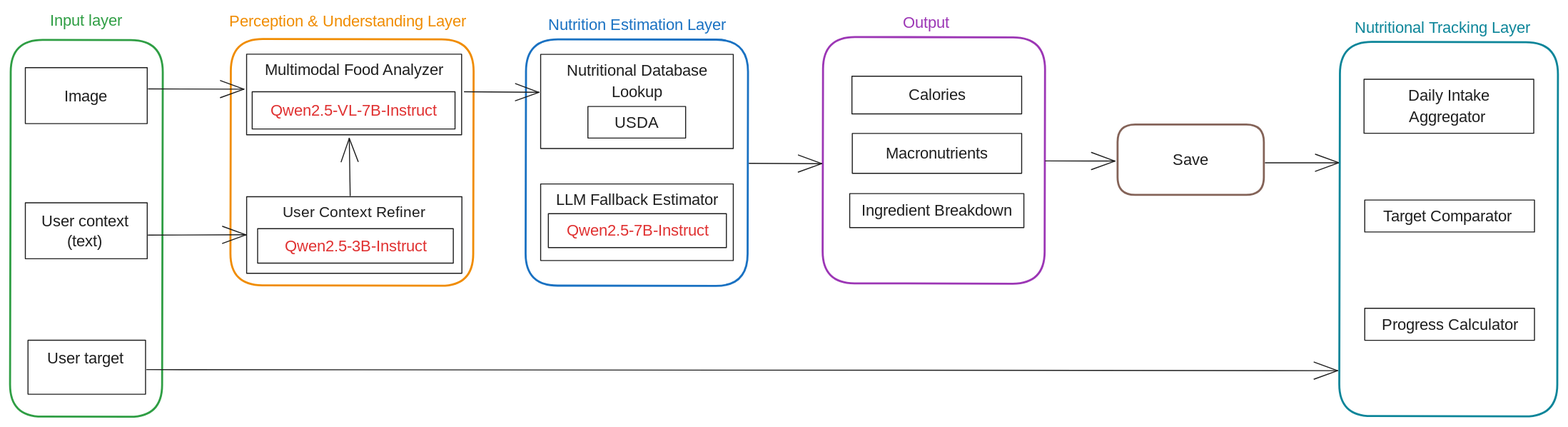
Before: pipeline_arquitectura.excalidraw.svg, a diagram exported from Excalidraw (hepejaAED/CalorIA). Source tidied: one line per element, renumbered; positions are measured from the earlier drawing's top-left corner, leaving out a move shared by most shapes. Its diagram source:
```json
{"id": 0, "type": "rectangle", "strokeColor": "#f08c00", "angle": 0.0, "strokeWidth": 2, "roughness": 0, "round": true, "x": 220, "y": 29, "width": 243, "height": 246}
{"id": 1, "type": "rectangle", "strokeColor": "#2f9e44", "angle": 0.0, "strokeWidth": 2, "roughness": 0, "round": true, "x": 0, "y": 30, "width": 152, "height": 377}
{"id": 2, "type": "text", "text": "Input layer", "strokeColor": "#2f9e44", "strokeWidth": 2, "roughness": 0, "fontSize": 16, "fontFamily": 6, "textAlign": "center", "x": 37, "y": 0, "width": 77, "height": 20}
{"id": 3, "type": "rectangle", "strokeColor": "#1e1e1e", "strokeWidth": 1, "roughness": 0, "x": 15, "y": 58, "width": 122, "height": 56}
{"id": 4, "type": "text", "text": "Image", "strokeColor": "#1e1e1e", "strokeWidth": 1, "roughness": 0, "fontSize": 16, "fontFamily": 6, "textAlign": "center", "x": 53, "y": 76, "width": 44, "height": 20}
{"id": 5, "type": "rectangle", "strokeColor": "#1e1e1e", "strokeWidth": 1, "roughness": 0, "x": 15, "y": 193, "width": 122, "height": 56}
{"id": 6, "type": "text", "text": "User context\n(text)", "strokeColor": "#1e1e1e", "strokeWidth": 1, "roughness": 0, "fontSize": 16, "fontFamily": 6, "textAlign": "center", "x": 29, "y": 201, "width": 92, "height": 40}
{"id": 7, "type": "arrow", "strokeColor": "#1e1e1e", "strokeWidth": 1, "roughness": 0, "endArrowhead": "arrow", "from": 5, "to": 16, "x": 138, "y": 225, "width": 98, "height": 0, "points": [[0, 0], [98, 0]]}
{"id": 8, "type": "rectangle", "strokeColor": "#1971c2", "angle": 0.0, "strokeWidth": 2, "roughness": 0, "round": true, "x": 516, "y": 29, "width": 222, "height": 246}
{"id": 9, "type": "rectangle", "strokeColor": "#1e1e1e", "strokeWidth": 1, "roughness": 0, "x": 236, "y": 44, "width": 215, "height": 81}
{"id": 10, "type": "text", "text": "Multimodal Food Analyzer", "strokeColor": "#1e1e1e", "strokeWidth": 1, "roughness": 0, "fontSize": 16, "fontFamily": 6, "textAlign": "center", "inside": 9, "x": 249, "y": 49, "width": 191, "height": 22}
{"id": 11, "type": "rectangle", "strokeColor": "#1e1e1e", "strokeWidth": 1, "roughness": 0, "x": 242, "y": 82, "width": 203, "height": 37}
{"id": 12, "type": "text", "text": "Qwen2.5-VL-7B-Instruct", "strokeColor": "#e03131", "strokeWidth": 1, "roughness": 0, "fontSize": 16, "fontFamily": 6, "textAlign": "center", "verticalAlign": "middle", "inside": 11, "x": 253, "y": 89, "width": 181, "height": 22}
{"id": 13, "type": "arrow", "strokeColor": "#1e1e1e", "strokeWidth": 1, "roughness": 0, "endArrowhead": "arrow", "from": 3, "to": 11, "x": 138, "y": 79, "width": 96, "height": 0, "points": [[0, 0], [96, 0]]}
{"id": 14, "type": "rectangle", "strokeColor": "#1e1e1e", "strokeWidth": 1, "roughness": 0, "x": 236, "y": 187, "width": 215, "height": 77}
{"id": 15, "type": "text", "text": "User Context Refiner\n", "strokeColor": "#1e1e1e", "strokeWidth": 1, "roughness": 0, "fontSize": 15.16, "fontFamily": 6, "textAlign": "center", "inside": 14, "x": 273, "y": 192, "width": 143, "height": 41}
{"id": 16, "type": "rectangle", "strokeColor": "#1e1e1e", "strokeWidth": 1, "roughness": 0, "x": 247, "y": 219, "width": 196, "height": 34}
{"id": 17, "type": "text", "text": "Qwen2.5-3B-Instruct", "strokeColor": "#e03131", "strokeWidth": 1, "roughness": 0, "fontSize": 16, "fontFamily": 6, "textAlign": "center", "verticalAlign": "middle", "inside": 16, "x": 268, "y": 225, "width": 155, "height": 22}
{"id": 18, "type": "arrow", "strokeColor": "#1e1e1e", "strokeWidth": 1, "roughness": 0, "endArrowhead": "arrow", "from": 11, "to": 22, "x": 454, "y": 82, "width": 75, "height": 1, "points": [[0, 0], [75, 1]]}
{"id": 19, "type": "text", "text": "Perception & Understanding Layer", "strokeColor": "#f08c00", "strokeWidth": 2, "roughness": 1, "fontSize": 16, "fontFamily": 6, "textAlign": "center", "x": 213, "y": 0, "width": 248, "height": 22}
{"id": 20, "type": "text", "text": "Nutrition Estimation Layer", "strokeColor": "#1971c2", "strokeWidth": 2, "roughness": 1, "fontSize": 16, "fontFamily": 6, "textAlign": "center", "x": 533, "y": 4, "width": 189, "height": 22}
{"id": 21, "type": "arrow", "strokeColor": "#1e1e1e", "strokeWidth": 1, "roughness": 0, "endArrowhead": "arrow", "from": 14, "to": 11, "x": 340, "y": 186, "width": 1, "height": 57, "points": [[0, 0], [-1, -57]]}
{"id": 22, "type": "rectangle", "strokeColor": "#1e1e1e", "strokeWidth": 1, "roughness": 0, "x": 531, "y": 44, "width": 193, "height": 94}
{"id": 23, "type": "text", "text": "Nutritional Database\nLookup", "strokeColor": "#1e1e1e", "strokeWidth": 1, "roughness": 0, "fontSize": 16, "fontFamily": 6, "textAlign": "center", "inside": 22, "x": 552, "y": 49, "width": 150, "height": 43}
{"id": 24, "type": "rectangle", "strokeColor": "#1e1e1e", "strokeWidth": 1, "roughness": 0, "x": 578, "y": 96, "width": 98, "height": 32}
{"id": 25, "type": "text", "text": "USDA", "strokeColor": "#1e1e1e", "strokeWidth": 1, "roughness": 0, "fontSize": 16, "fontFamily": 6, "textAlign": "center", "verticalAlign": "middle", "inside": 24, "x": 604, "y": 101, "width": 45, "height": 22}
{"id": 26, "type": "rectangle", "strokeColor": "#1e1e1e", "strokeWidth": 1, "roughness": 0, "x": 531, "y": 174, "width": 193, "height": 77}
{"id": 27, "type": "text", "text": "LLM Fallback Estimator", "strokeColor": "#1e1e1e", "strokeWidth": 1, "roughness": 0, "fontSize": 16, "fontFamily": 6, "textAlign": "center", "inside": 26, "x": 543, "y": 179, "width": 169, "height": 22}
{"id": 28, "type": "rectangle", "strokeColor": "#1e1e1e", "strokeWidth": 1, "roughness": 0, "x": 538, "y": 204, "width": 178, "height": 34}
{"id": 29, "type": "text", "text": "Qwen2.5-7B-Instruct", "strokeColor": "#e03131", "strokeWidth": 1, "roughness": 0, "fontSize": 16, "fontFamily": 6, "textAlign": "center", "verticalAlign": "middle", "inside": 28, "x": 550, "y": 210, "width": 155, "height": 22}
{"id": 30, "type": "rectangle", "strokeColor": "#9c36b5", "angle": 0.0, "strokeWidth": 2, "roughness": 0, "round": true, "x": 813, "y": 27, "width": 222, "height": 246}
{"id": 31, "type": "arrow", "strokeColor": "#1e1e1e", "strokeWidth": 1, "roughness": 0, "endArrowhead": "arrow", "from": 22, "to": 30, "x": 739, "y": 153, "width": 73, "height": 0, "points": [[0, 0], [73, 0]]}
{"id": 32, "type": "text", "text": "Output", "strokeColor": "#9c36b5", "strokeWidth": 2, "roughness": 1, "fontSize": 16, "fontFamily": 6, "x": 893, "y": 2, "width": 51, "height": 22}
{"id": 33, "type": "rectangle", "strokeColor": "#1e1e1e", "strokeWidth": 1, "roughness": 0, "x": 842, "y": 66, "width": 170, "height": 38}
{"id": 34, "type": "text", "text": "Calories", "strokeColor": "#1e1e1e", "strokeWidth": 1, "roughness": 0, "fontSize": 16, "fontFamily": 6, "textAlign": "center", "verticalAlign": "middle", "inside": 33, "x": 898, "y": 74, "width": 59, "height": 22}
{"id": 35, "type": "rectangle", "strokeColor": "#1e1e1e", "strokeWidth": 1, "roughness": 0, "x": 843, "y": 123, "width": 170, "height": 40}
{"id": 36, "type": "text", "text": "Macronutrients", "strokeColor": "#1e1e1e", "strokeWidth": 1, "roughness": 0, "fontSize": 16, "fontFamily": 6, "textAlign": "center", "verticalAlign": "middle", "inside": 35, "x": 873, "y": 133, "width": 109, "height": 22}
{"id": 37, "type": "rectangle", "strokeColor": "#1e1e1e", "strokeWidth": 1, "roughness": 0, "x": 840, "y": 184, "width": 174, "height": 34}
{"id": 38, "type": "text", "text": "Ingredient Breakdown", "strokeColor": "#1e1e1e", "strokeWidth": 1, "roughness": 0, "fontSize": 16, "fontFamily": 6, "textAlign": "center", "verticalAlign": "middle", "inside": 37, "x": 847, "y": 190, "width": 160, "height": 22}
{"id": 39, "type": "rectangle", "strokeColor": "#846358", "strokeWidth": 2, "roughness": 0, "round": true, "x": 1108, "y": 114, "width": 146, "height": 70}
{"id": 40, "type": "text", "text": "Save", "strokeColor": "#1e1e1e", "strokeWidth": 2, "roughness": 0, "fontSize": 16, "fontFamily": 6, "textAlign": "center", "verticalAlign": "middle", "inside": 39, "x": 1164, "y": 139, "width": 35, "height": 22}
{"id": 41, "type": "rectangle", "strokeColor": "#1e1e1e", "strokeWidth": 1, "roughness": 0, "x": 18, "y": 330, "width": 118, "height": 54}
{"id": 42, "type": "text", "text": "User target", "strokeColor": "#1e1e1e", "strokeWidth": 1, "roughness": 0, "fontSize": 15.43, "fontFamily": 6, "textAlign": "center", "x": 36, "y": 338, "width": 79, "height": 19}
{"id": 43, "type": "arrow", "strokeColor": "#1e1e1e", "strokeWidth": 1, "roughness": 0, "endArrowhead": "arrow", "from": 30, "to": 39, "x": 1036, "y": 151, "width": 69, "height": 0, "points": [[0, 0], [69, 0]]}
{"id": 44, "type": "arrow", "strokeColor": "#1e1e1e", "strokeWidth": 1, "roughness": 0, "endArrowhead": "arrow", "from": 41, "to": 46, "x": 137, "y": 360, "width": 1192, "height": 1, "points": [[0, 0], [1192, 1]]}
{"id": 45, "type": "arrow", "strokeColor": "#1e1e1e", "strokeWidth": 1, "roughness": 0, "endArrowhead": "arrow", "from": 39, "to": 46, "x": 1256, "y": 153, "width": 74, "height": 0, "points": [[0, 0], [74, 0]]}
{"id": 46, "type": "rectangle", "strokeColor": "#0c8599", "angle": 0.0, "strokeWidth": 2, "roughness": 0, "round": true, "x": 1330, "y": 32, "width": 218, "height": 374}
{"id": 47, "type": "text", "text": "Nutritional Tracking Layer", "strokeColor": "#0c8599", "strokeWidth": 2, "roughness": 0, "fontSize": 16, "fontFamily": 6, "x": 1345, "y": 6, "width": 186, "height": 22}
{"id": 48, "type": "rectangle", "strokeColor": "#1e1e1e", "strokeWidth": 1, "roughness": 0, "x": 1355, "y": 69, "width": 170, "height": 54}
{"id": 49, "type": "text", "text": "Daily Intake\nAggregator ", "strokeColor": "#1e1e1e", "strokeWidth": 1, "roughness": 0, "fontSize": 16, "fontFamily": 6, "textAlign": "center", "verticalAlign": "middle", "inside": 48, "x": 1396, "y": 75, "width": 87, "height": 43}
{"id": 50, "type": "rectangle", "strokeColor": "#1e1e1e", "strokeWidth": 1, "roughness": 0, "x": 1356, "y": 190, "width": 170, "height": 32}
{"id": 51, "type": "text", "text": "Target Comparator ", "strokeColor": "#1e1e1e", "strokeWidth": 1, "roughness": 0, "fontSize": 16, "fontFamily": 6, "textAlign": "center", "verticalAlign": "middle", "inside": 50, "x": 1370, "y": 195, "width": 140, "height": 22}
{"id": 52, "type": "rectangle", "strokeColor": "#1e1e1e", "strokeWidth": 1, "roughness": 0, "x": 1356, "y": 298, "width": 170, "height": 32}
{"id": 53, "type": "text", "text": "Progress Calculator", "strokeColor": "#1e1e1e", "strokeWidth": 1, "roughness": 0, "fontSize": 16, "fontFamily": 6, "textAlign": "center", "verticalAlign": "middle", "inside": 52, "x": 1369, "y": 304, "width": 142, "height": 22}
```
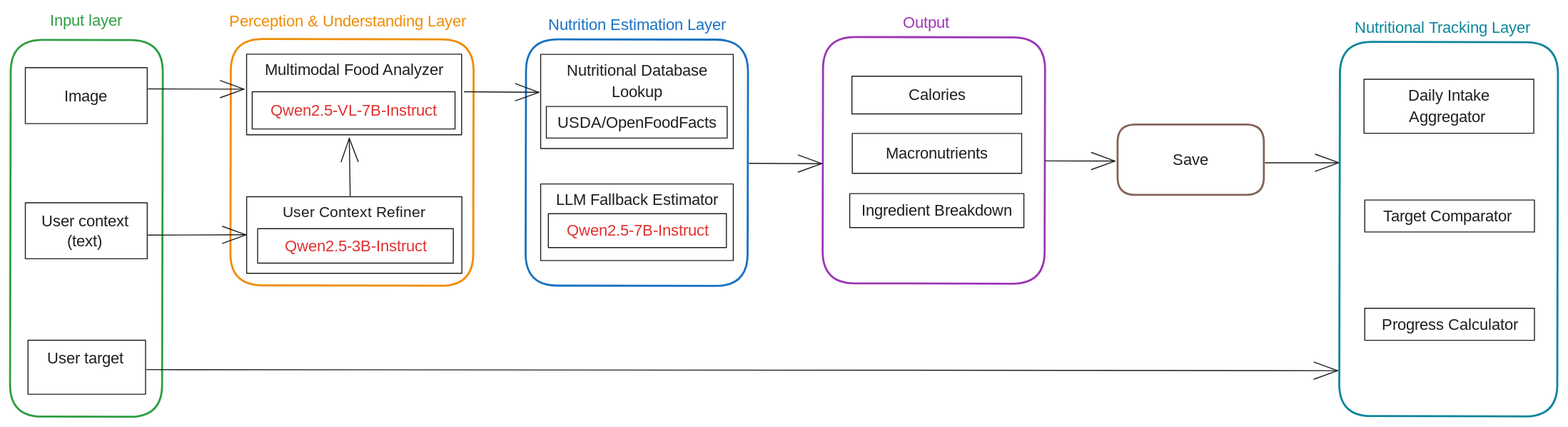
After the change.

Diff of the diagram source:
```diff
@@ -22,8 +22,8 @@
 {"id": 21, "type": "arrow", "strokeColor": "#1e1e1e", "strokeWidth": 1, "roughness": 0, "endArrowhead": "arrow", "from": 14, "to": 11, "x": 340, "y": 186, "width": 1, "height": 57, "points": [[0, 0], [-1, -57]]}
 {"id": 22, "type": "rectangle", "strokeColor": "#1e1e1e", "strokeWidth": 1, "roughness": 0, "x": 531, "y": 44, "width": 193, "height": 94}
 {"id": 23, "type": "text", "text": "Nutritional Database\nLookup", "strokeColor": "#1e1e1e", "strokeWidth": 1, "roughness": 0, "fontSize": 16, "fontFamily": 6, "textAlign": "center", "inside": 22, "x": 552, "y": 49, "width": 150, "height": 43}
-{"id": 24, "type": "rectangle", "strokeColor": "#1e1e1e", "strokeWidth": 1, "roughness": 0, "x": 578, "y": 96, "width": 98, "height": 32}
+{"id": 24, "type": "rectangle", "strokeColor": "#1e1e1e", "strokeWidth": 1, "roughness": 0, "x": 536, "y": 96, "width": 181, "height": 32}
-{"id": 25, "type": "text", "text": "USDA", "strokeColor": "#1e1e1e", "strokeWidth": 1, "roughness": 0, "fontSize": 16, "fontFamily": 6, "textAlign": "center", "verticalAlign": "middle", "inside": 24, "x": 604, "y": 101, "width": 45, "height": 22}
+{"id": 25, "type": "text", "text": "USDA/OpenFoodFacts", "strokeColor": "#1e1e1e", "strokeWidth": 1, "roughness": 0, "fontSize": 16, "fontFamily": 6, "textAlign": "center", "verticalAlign": "middle", "inside": 24, "x": 545, "y": 101, "width": 163, "height": 22}
 {"id": 26, "type": "rectangle", "strokeColor": "#1e1e1e", "strokeWidth": 1, "roughness": 0, "x": 531, "y": 174, "width": 193, "height": 77}
 {"id": 27, "type": "text", "text": "LLM Fallback Estimator", "strokeColor": "#1e1e1e", "strokeWidth": 1, "roughness": 0, "fontSize": 16, "fontFamily": 6, "textAlign": "center", "inside": 26, "x": 543, "y": 179, "width": 169, "height": 22}
 {"id": 28, "type": "rectangle", "strokeColor": "#1e1e1e", "strokeWidth": 1, "roughness": 0, "x": 538, "y": 204, "width": 178, "height": 34}
```
